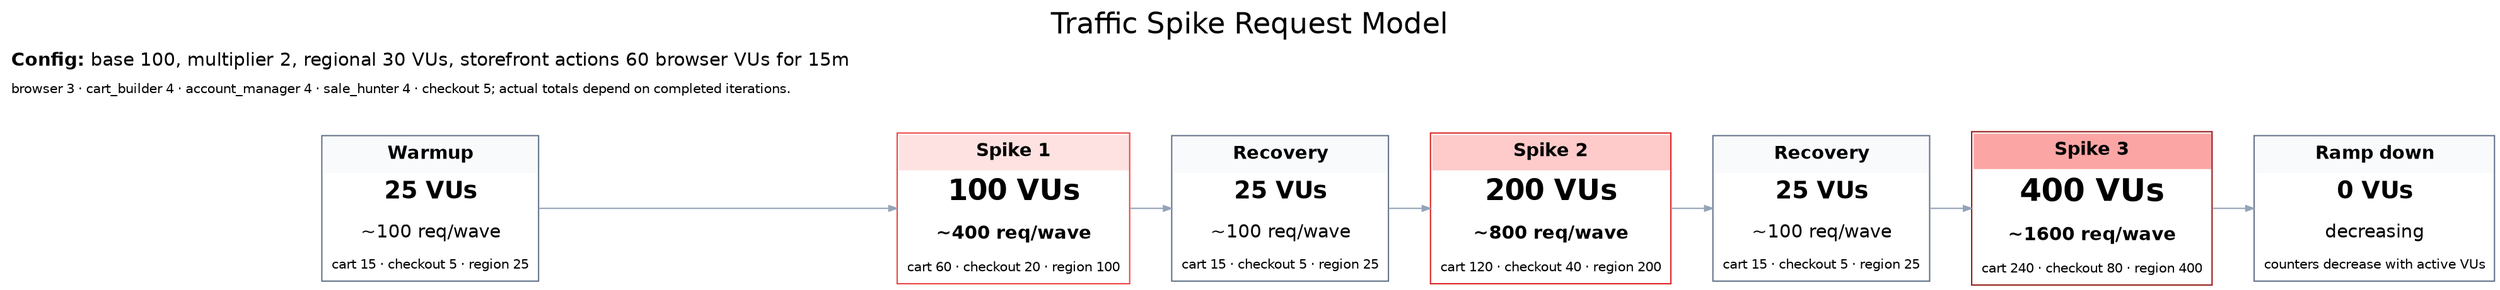
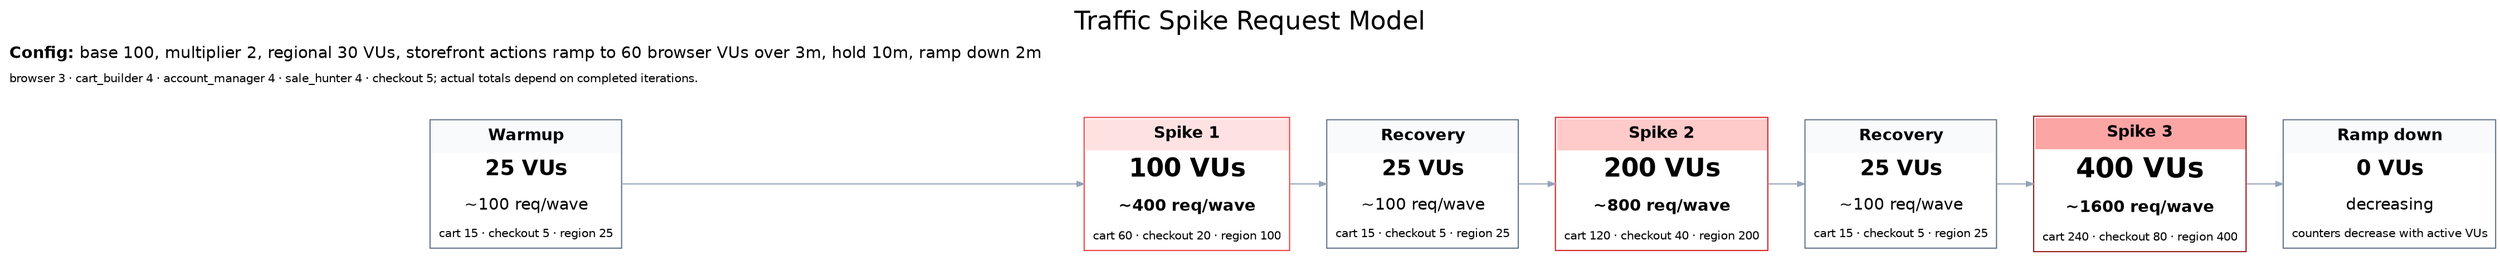
digraph traffic_spike_request_cards {
  graph [rankdir=LR, labelloc=t, label="Traffic Spike Request Model", fontsize=22, fontname="Helvetica", nodesep=0.35, ranksep=0.45, splines=ortho];
  node [shape=plain, fontname="Helvetica"];
  edge [color="#94a3b8", arrowsize=0.6];

  warmup [label=<
    <TABLE BORDER="1" CELLBORDER="0" CELLSPACING="0" CELLPADDING="6" COLOR="#64748b"><TR><TD BGCOLOR="#f8fafc"><B>Warmup</B></TD></TR><TR><TD><FONT POINT-SIZE="18"><B>25 VUs</B></FONT></TD></TR><TR><TD>~100 req/wave</TD></TR><TR><TD><FONT POINT-SIZE="10">cart 15 · checkout 5 · region 25</FONT></TD></TR></TABLE>
  >];
  spike1 [label=<
    <TABLE BORDER="1" CELLBORDER="0" CELLSPACING="0" CELLPADDING="6" COLOR="#ef4444"><TR><TD BGCOLOR="#fee2e2"><B>Spike 1</B></TD></TR><TR><TD><FONT POINT-SIZE="22"><B>100 VUs</B></FONT></TD></TR><TR><TD><B>~400 req/wave</B></TD></TR><TR><TD><FONT POINT-SIZE="10">cart 60 · checkout 20 · region 100</FONT></TD></TR></TABLE>
  >];
  recovery1 [label=<
    <TABLE BORDER="1" CELLBORDER="0" CELLSPACING="0" CELLPADDING="6" COLOR="#64748b"><TR><TD BGCOLOR="#f8fafc"><B>Recovery</B></TD></TR><TR><TD><FONT POINT-SIZE="18"><B>25 VUs</B></FONT></TD></TR><TR><TD>~100 req/wave</TD></TR><TR><TD><FONT POINT-SIZE="10">cart 15 · checkout 5 · region 25</FONT></TD></TR></TABLE>
  >];
  spike2 [label=<
    <TABLE BORDER="1" CELLBORDER="0" CELLSPACING="0" CELLPADDING="6" COLOR="#dc2626"><TR><TD BGCOLOR="#fecaca"><B>Spike 2</B></TD></TR><TR><TD><FONT POINT-SIZE="22"><B>200 VUs</B></FONT></TD></TR><TR><TD><B>~800 req/wave</B></TD></TR><TR><TD><FONT POINT-SIZE="10">cart 120 · checkout 40 · region 200</FONT></TD></TR></TABLE>
  >];
  recovery2 [label=<
    <TABLE BORDER="1" CELLBORDER="0" CELLSPACING="0" CELLPADDING="6" COLOR="#64748b"><TR><TD BGCOLOR="#f8fafc"><B>Recovery</B></TD></TR><TR><TD><FONT POINT-SIZE="18"><B>25 VUs</B></FONT></TD></TR><TR><TD>~100 req/wave</TD></TR><TR><TD><FONT POINT-SIZE="10">cart 15 · checkout 5 · region 25</FONT></TD></TR></TABLE>
  >];
  spike3 [label=<
    <TABLE BORDER="1" CELLBORDER="0" CELLSPACING="0" CELLPADDING="6" COLOR="#991b1b"><TR><TD BGCOLOR="#fca5a5"><B>Spike 3</B></TD></TR><TR><TD><FONT POINT-SIZE="24"><B>400 VUs</B></FONT></TD></TR><TR><TD><B>~1600 req/wave</B></TD></TR><TR><TD><FONT POINT-SIZE="10">cart 240 · checkout 80 · region 400</FONT></TD></TR></TABLE>
  >];
  rampdown [label=<
    <TABLE BORDER="1" CELLBORDER="0" CELLSPACING="0" CELLPADDING="6" COLOR="#64748b"><TR><TD BGCOLOR="#f8fafc"><B>Ramp down</B></TD></TR><TR><TD><FONT POINT-SIZE="18"><B>0 VUs</B></FONT></TD></TR><TR><TD>decreasing</TD></TR><TR><TD><FONT POINT-SIZE="10">counters decrease with active VUs</FONT></TD></TR></TABLE>
  >];
  legend [label=<
-     <TABLE BORDER="0" CELLBORDER="0" CELLSPACING="0" CELLPADDING="4"><TR><TD ALIGN="LEFT"><B>Config:</B> base 100, multiplier 2, regional 30 VUs, storefront actions 60 browser VUs for 15m</TD></TR><TR><TD ALIGN="LEFT"><FONT POINT-SIZE="10">browser 3 · cart_builder 4 · account_manager 4 · sale_hunter 4 · checkout 5; actual totals depend on completed iterations.</FONT></TD></TR></TABLE>
+     <TABLE BORDER="0" CELLBORDER="0" CELLSPACING="0" CELLPADDING="4"><TR><TD ALIGN="LEFT"><B>Config:</B> base 100, multiplier 2, regional 30 VUs, storefront actions ramp to 60 browser VUs over 3m, hold 10m, ramp down 2m</TD></TR><TR><TD ALIGN="LEFT"><FONT POINT-SIZE="10">browser 3 · cart_builder 4 · account_manager 4 · sale_hunter 4 · checkout 5; actual totals depend on completed iterations.</FONT></TD></TR></TABLE>
  >];

  warmup -> spike1 -> recovery1 -> spike2 -> recovery2 -> spike3 -> rampdown;
  { rank=same; legend }
}

